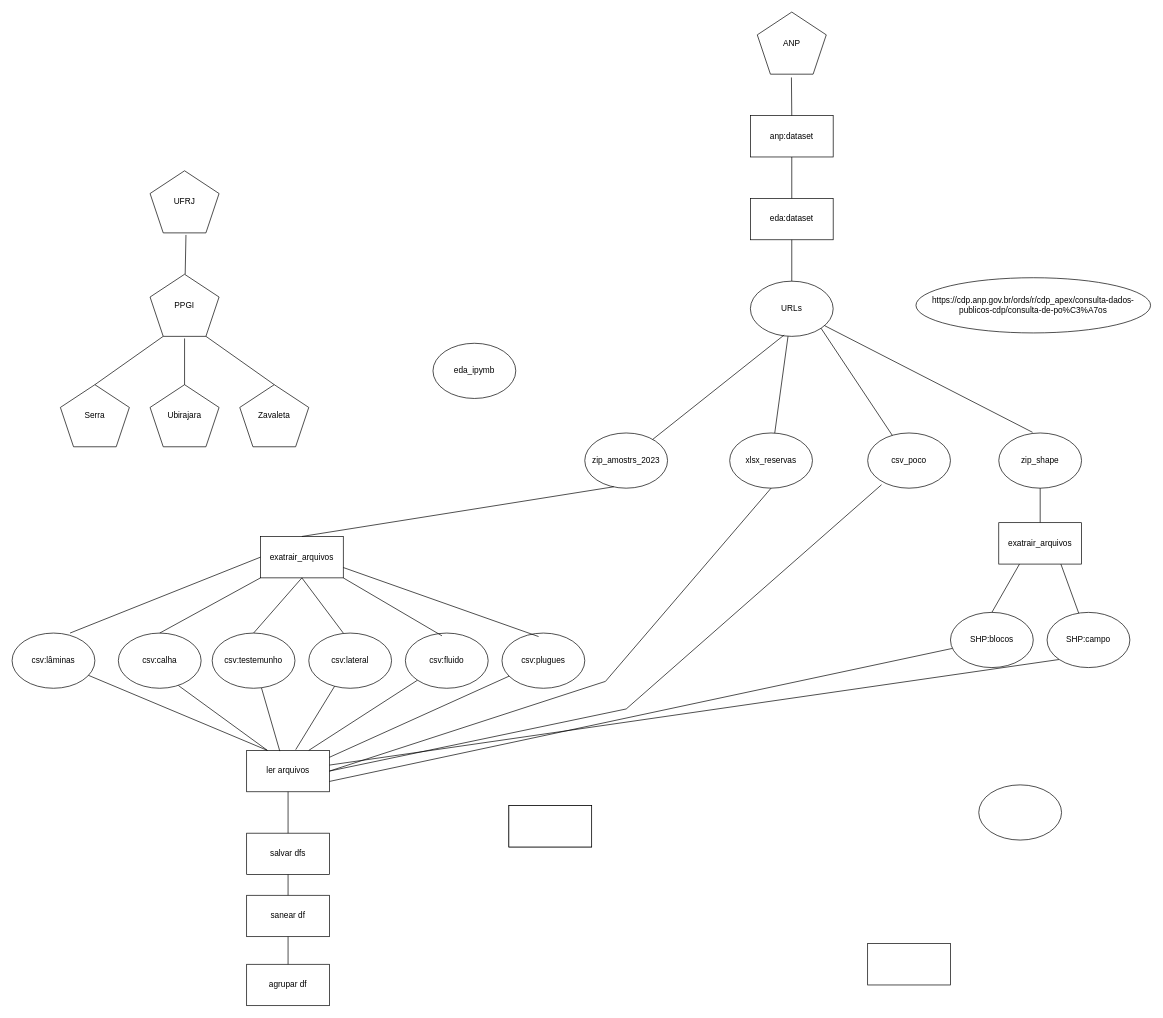
The draw.io diagram eda.drawio in ubirajara-s/eda, before the edit. Source tidied: cells renumbered, new cells numbered last; positions are measured from the earlier drawing's top-left corner, leaving out a move shared by most shapes. Both pictures are drawn from the tidied source at 69%, with x=0, y=0 at pixel (12, 12).
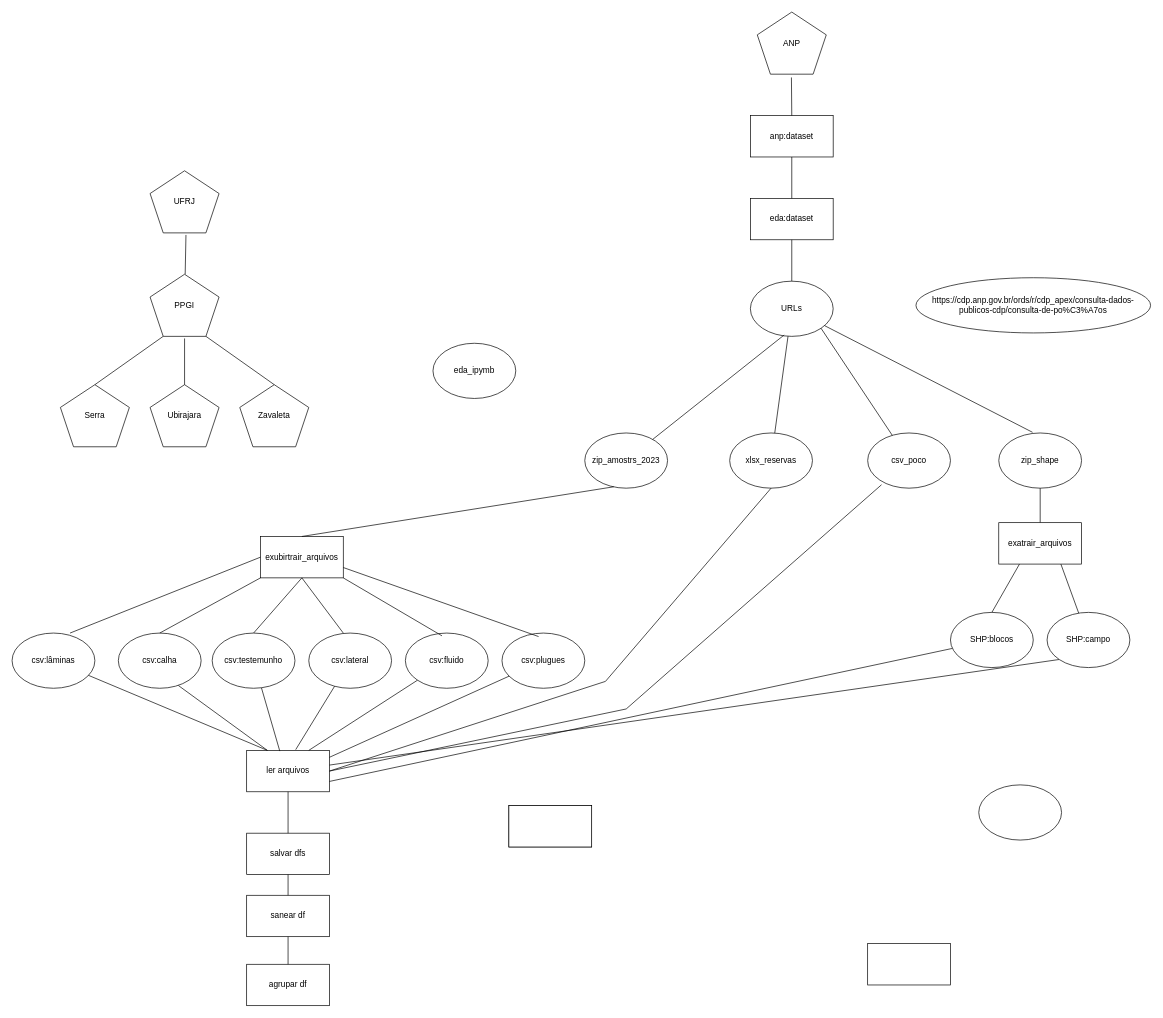
The same page after the edit.

Commit message (it also covers changes not shown here):
atualizando arquivos upynb e yml e outros de teste

The edit, as a diff of the source:
```diff
@@
-    <mxCell id="3" value="exatrair_arquivos" style="rounded=0;whiteSpace=wrap;html=1;" parent="1" vertex="1">
+    <mxCell id="3" value="exubirtrair_arquivos" style="rounded=0;whiteSpace=wrap;html=1;" parent="1" vertex="1">
       <mxGeometry x="360" y="760" width="120" height="60" as="geometry" />
     </mxCell>
```
